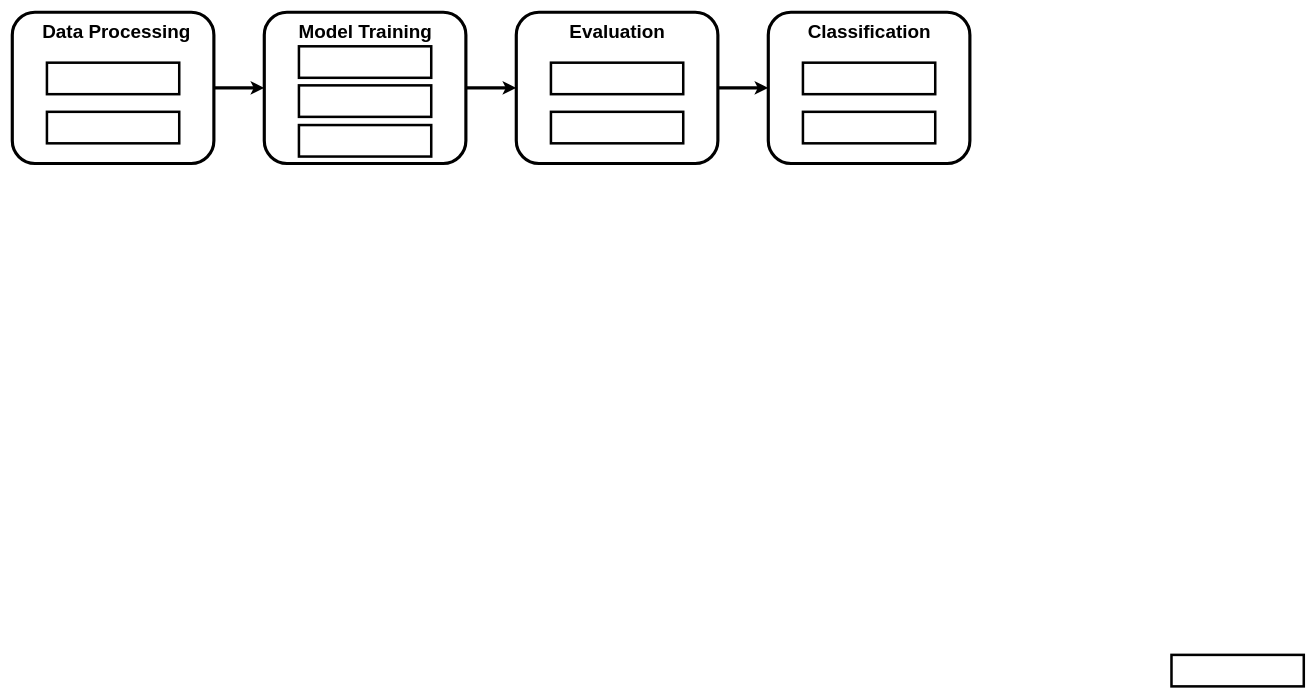
Before: dimentia.drawio in vinayak-k24/DrawIO, a draw.io diagram. Source tidied: cells renumbered, new cells numbered last; positions are measured from the earlier drawing's top-left corner, leaving out a move shared by most shapes. Both pictures are drawn from the tidied source at 63%, with x=0, y=0 at pixel (12, 12).
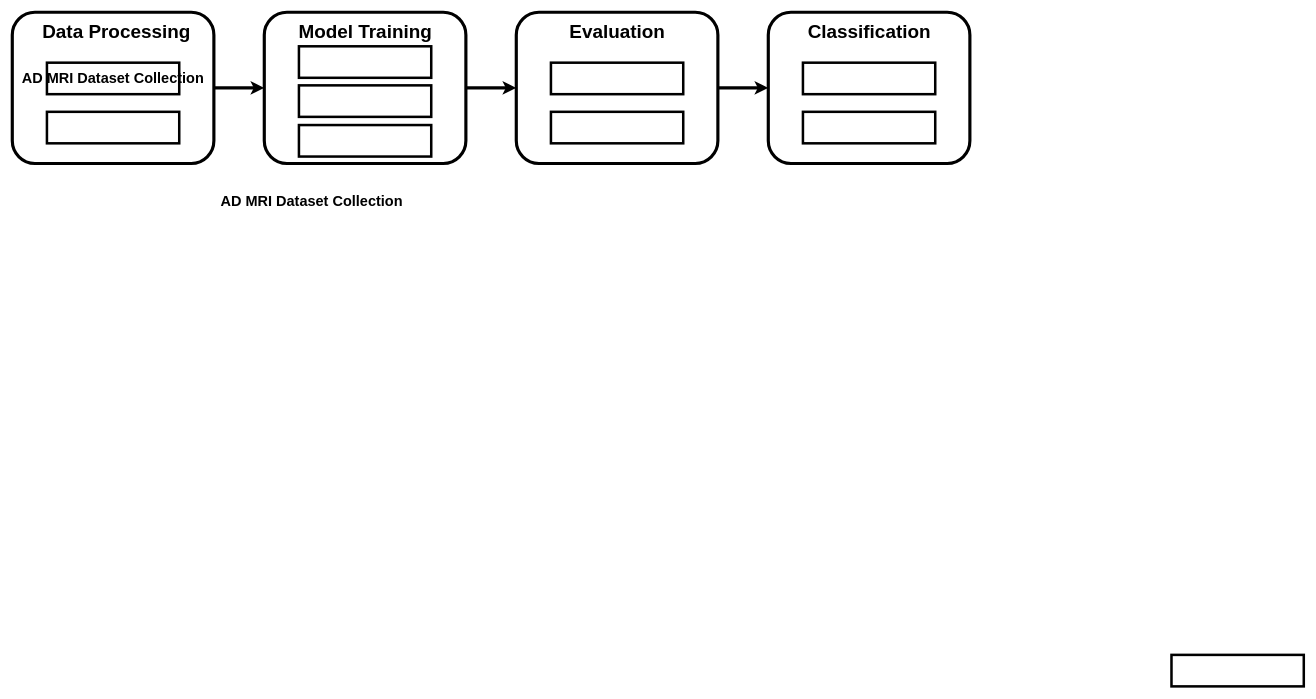
The same diagram, later.

The edit, as a diff of the source:
```diff
@@
-    <mxCell id="9" style="html=1;dashed=0;whiteSpace=wrap;strokeWidth=4;" parent="1" vertex="1">
+    <mxCell id="9" value="&lt;b style=&quot;background-color: transparent; color: light-dark(rgb(0, 0, 0), rgb(255, 255, 255)); text-wrap-mode: nowrap;&quot;&gt;&lt;font style=&quot;font-size: 23px; line-height: 80%;&quot;&gt;AD MRI Dataset Collection&lt;/font&gt;&lt;/b&gt;" style="html=1;dashed=0;whiteSpace=wrap;strokeWidth=4;" parent="1" vertex="1">
       <mxGeometry x="55" y="80" width="210" height="50" as="geometry" />
     </mxCell>
@@
+    <mxCell id="23" value="&lt;b&gt;&lt;font style=&quot;font-size: 23px;&quot;&gt;AD MRI Dataset Collection&lt;/font&gt;&lt;/b&gt;" style="text;html=1;align=center;verticalAlign=middle;strokeColor=none;fillColor=none;rotation=0;" parent="1" vertex="1">
+      <mxGeometry x="320" y="280" width="310" height="40" as="geometry" />
+    </mxCell>
```
